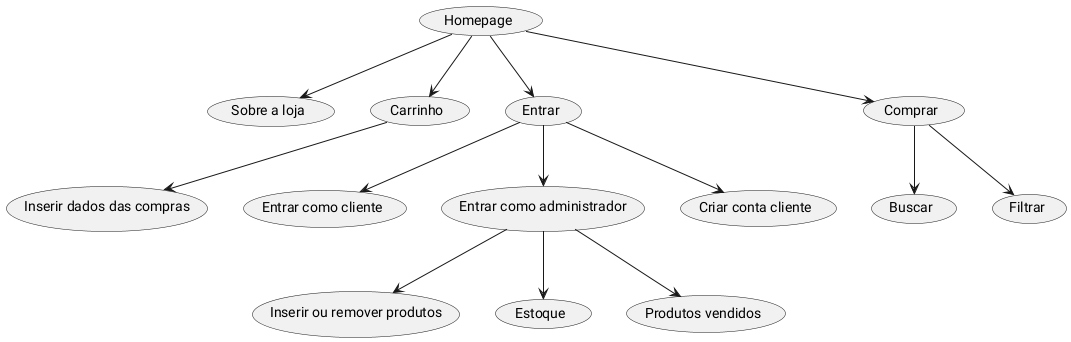
This is diagrama.png from GabrielMtins/scc0219web, a PlantUML export, as it was before one commit.
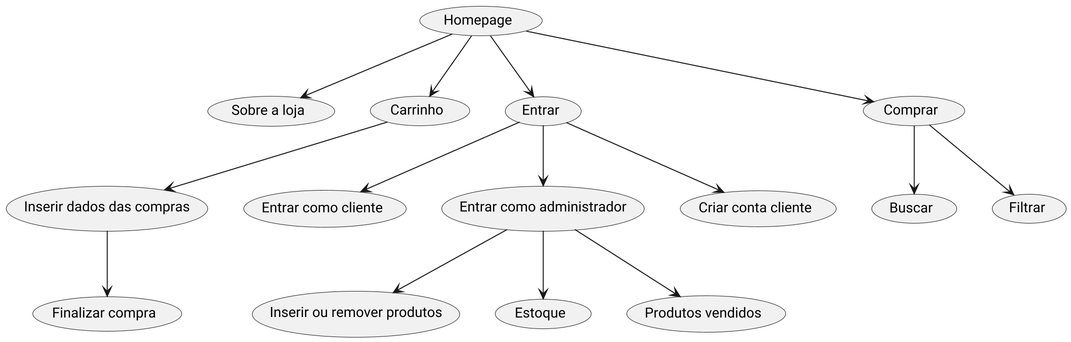
Later version of the same file.

Commit message:
modificado diagrama

What changed in the source:
```diff
@@ -1,6 +1,5 @@
 @startuml
-skinparam nodesep 160 // nos
-skinparam ranksep 160 // niveis
+scale 2
 top to bottom direction
 
 usecase "Homepage" as home
@@ -14,6 +13,7 @@
 usecase "Inserir ou remover produtos" as addrem_admin
 usecase "Criar conta cliente" as create_client
 usecase "Inserir dados das compras" as dados_compra
+usecase "Finalizar compra" as finalizar_compra
 usecase "Estoque" as estoque
 usecase "Produtos vendidos" as prod_vend
 usecase "Comprar" as compras
@@ -31,5 +31,6 @@
 compras --> busca
 home --> carrinho
 carrinho --> dados_compra
+dados_compra --> finalizar_compra
 
 @enduml
```
